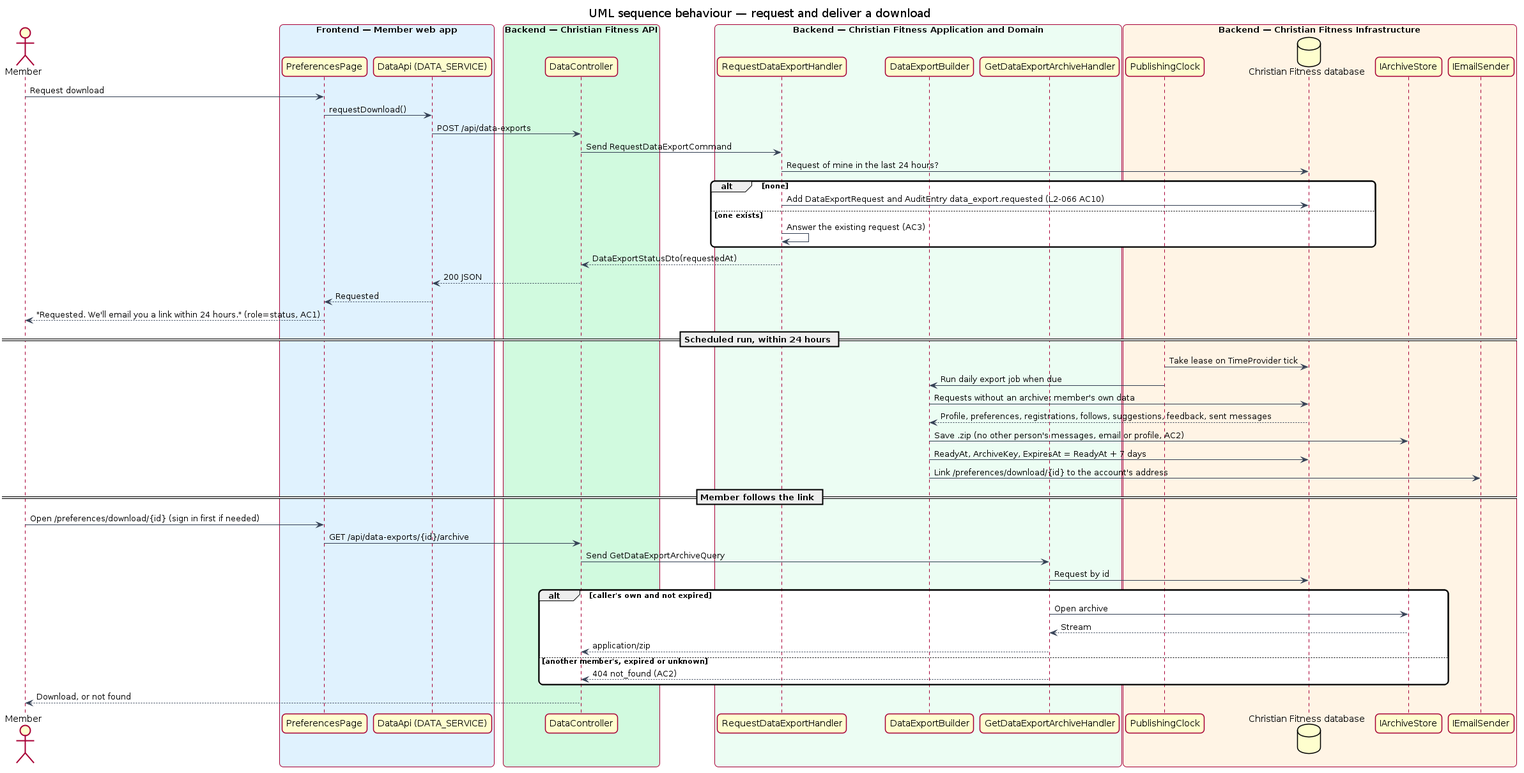
This is docs/detailed-designs/preferences/download-and-delete-data/diagrams/sequence-download.png from QuinntyneBrown/christian-fitness, a PlantUML export, as it was before one commit. Its source is kept beside it as docs/detailed-designs/preferences/download-and-delete-data/diagrams/sequence-download.puml.
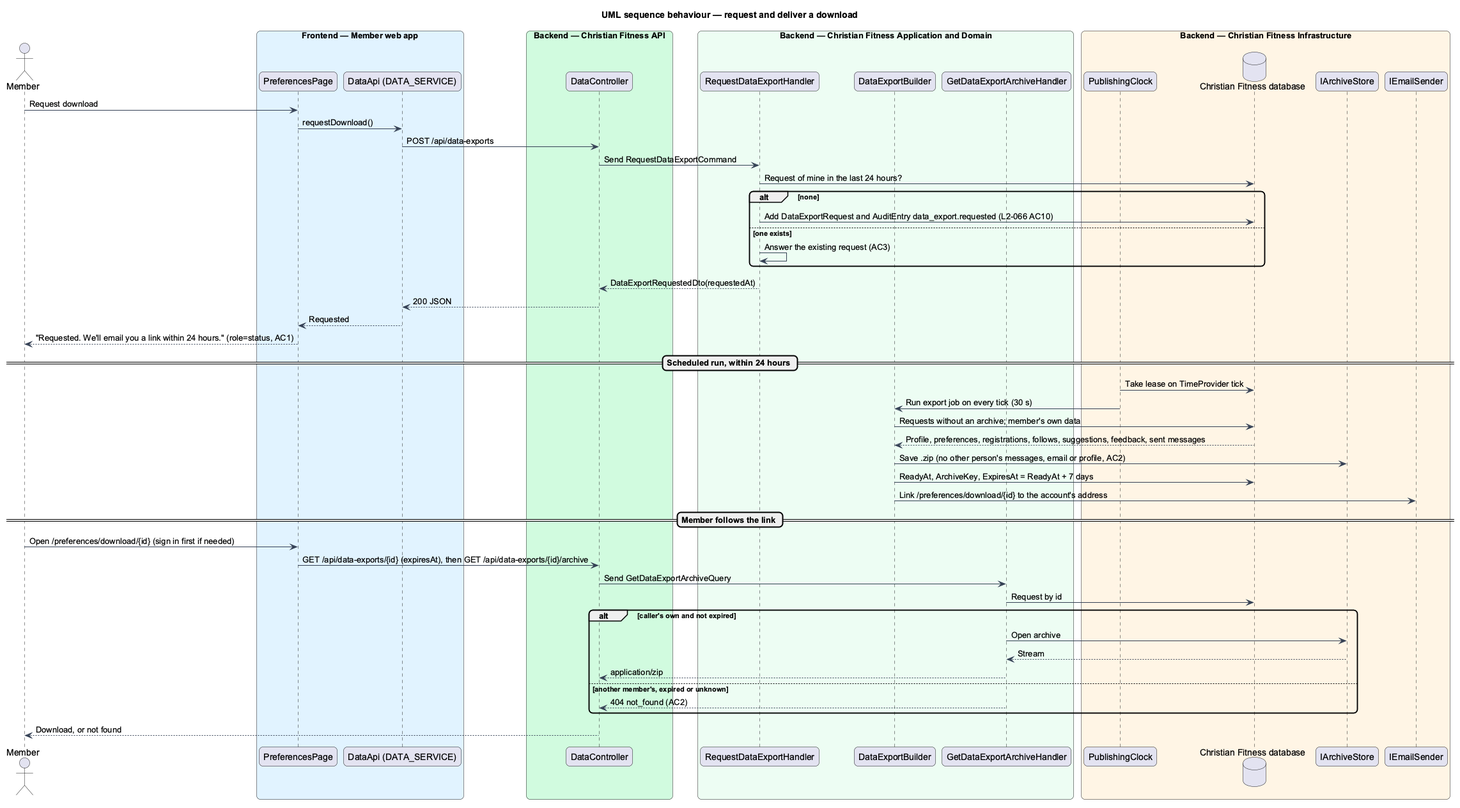
After the commit.

Diff of the diagram source:
```diff
@@ -34,13 +34,13 @@
 else one exists
   req -> req : Answer the existing request (AC3)
 end
-req --> ctrl : DataExportStatusDto(requestedAt)
+req --> ctrl : DataExportRequestedDto(requestedAt)
 ctrl --> client : 200 JSON
 client --> page : Requested
 page --> actor : "Requested. We'll email you a link within 24 hours." (role=status, AC1)
 == Scheduled run, within 24 hours ==
 clock -> db : Take lease on TimeProvider tick
-clock -> builder : Run daily export job when due
+clock -> builder : Run export job on every tick (30 s)
 builder -> db : Requests without an archive; member's own data
 db --> builder : Profile, preferences, registrations, follows, suggestions, feedback, sent messages
 builder -> store : Save .zip (no other person's messages, email or profile, AC2)
@@ -48,7 +48,7 @@
 builder -> mail : Link /preferences/download/{id} to the account's address
 == Member follows the link ==
 actor -> page : Open /preferences/download/{id} (sign in first if needed)
-page -> ctrl : GET /api/data-exports/{id}/archive
+page -> ctrl : GET /api/data-exports/{id} (expiresAt), then GET /api/data-exports/{id}/archive
 ctrl -> get : Send GetDataExportArchiveQuery
 get -> db : Request by id
 alt caller's own and not expired
```
